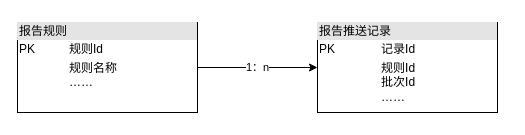
The draw.io diagram 23一体化7月迭代.drawio in mozhu33/Diagrams, before the edit. Source tidied: cells renumbered, new cells numbered last; positions are measured from the earlier drawing's top-left corner, leaving out a move shared by most shapes. Both pictures are drawn from the tidied source at 100%, with x=0, y=0 at pixel (17, 22).
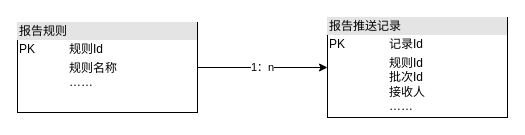
The same page after the edit.

Commit message (it also covers changes not shown here):
更新23一体化7月迭代.drawio

What changed in the source:
```diff
@@
 <mxGraphModel>
   <root>
     <mxCell id="0" />
     <mxCell id="1" parent="0" />
     <mxCell id="2" value="1：n" style="edgeStyle=orthogonalEdgeStyle;rounded=0;jettySize=auto;html=1;" parent="1" edge="1" source="3" target="4">
       <mxGeometry relative="1" as="geometry" />
     </mxCell>
     <mxCell id="3" value="&lt;div style=&quot;box-sizing:border-box;width:100%;background:#e4e4e4;padding:2px;&quot;&gt;报告规则&lt;/div&gt;&lt;table style=&quot;width:100%;font-size:1em;&quot; cellpadding=&quot;2&quot; cellspacing=&quot;0&quot;&gt;&lt;tbody&gt;&lt;tr&gt;&lt;td&gt;PK&lt;/td&gt;&lt;td&gt;规则Id&lt;/td&gt;&lt;/tr&gt;&lt;tr&gt;&lt;td&gt;&lt;br&gt;&lt;/td&gt;&lt;td&gt;规则名称&lt;br&gt;……&lt;/td&gt;&lt;/tr&gt;&lt;tr&gt;&lt;td&gt;&lt;/td&gt;&lt;td&gt;&lt;br&gt;&lt;/td&gt;&lt;/tr&gt;&lt;/tbody&gt;&lt;/table&gt;" style="verticalAlign=top;align=left;overflow=fill;html=1;" parent="1" vertex="1">
       <mxGeometry width="180" height="90" as="geometry" />
     </mxCell>
-    <mxCell id="4" value="&lt;div style=&quot;box-sizing:border-box;width:100%;background:#e4e4e4;padding:2px;&quot;&gt;报告推送记录&lt;/div&gt;&lt;table style=&quot;width:100%;font-size:1em;&quot; cellpadding=&quot;2&quot; cellspacing=&quot;0&quot;&gt;&lt;tbody&gt;&lt;tr&gt;&lt;td&gt;PK&lt;/td&gt;&lt;td&gt;记录Id&lt;/td&gt;&lt;/tr&gt;&lt;tr&gt;&lt;td&gt;&lt;br&gt;&lt;/td&gt;&lt;td&gt;规则Id&lt;br&gt;批次Id&lt;br&gt;……&lt;/td&gt;&lt;/tr&gt;&lt;tr&gt;&lt;td&gt;&lt;/td&gt;&lt;td&gt;&lt;br&gt;&lt;/td&gt;&lt;/tr&gt;&lt;/tbody&gt;&lt;/table&gt;" style="verticalAlign=top;align=left;overflow=fill;html=1;" parent="1" vertex="1">
-      <mxGeometry x="300" width="180" height="90" as="geometry" />
+    <mxCell id="4" value="&lt;div style=&quot;box-sizing:border-box;width:100%;background:#e4e4e4;padding:2px;&quot;&gt;报告推送记录&lt;/div&gt;&lt;table style=&quot;width:100%;font-size:1em;&quot; cellpadding=&quot;2&quot; cellspacing=&quot;0&quot;&gt;&lt;tbody&gt;&lt;tr&gt;&lt;td&gt;PK&lt;/td&gt;&lt;td&gt;记录Id&lt;/td&gt;&lt;/tr&gt;&lt;tr&gt;&lt;td&gt;&lt;br&gt;&lt;/td&gt;&lt;td&gt;规则Id&lt;br&gt;批次Id&lt;br&gt;接收人&lt;br&gt;……&lt;/td&gt;&lt;/tr&gt;&lt;tr&gt;&lt;td&gt;&lt;/td&gt;&lt;td&gt;&lt;br&gt;&lt;/td&gt;&lt;/tr&gt;&lt;/tbody&gt;&lt;/table&gt;" style="verticalAlign=top;align=left;overflow=fill;html=1;" parent="1" vertex="1">
+      <mxGeometry x="310" y="-5" width="180" height="100" as="geometry" />
     </mxCell>
   </root>
 </mxGraphModel>
```
